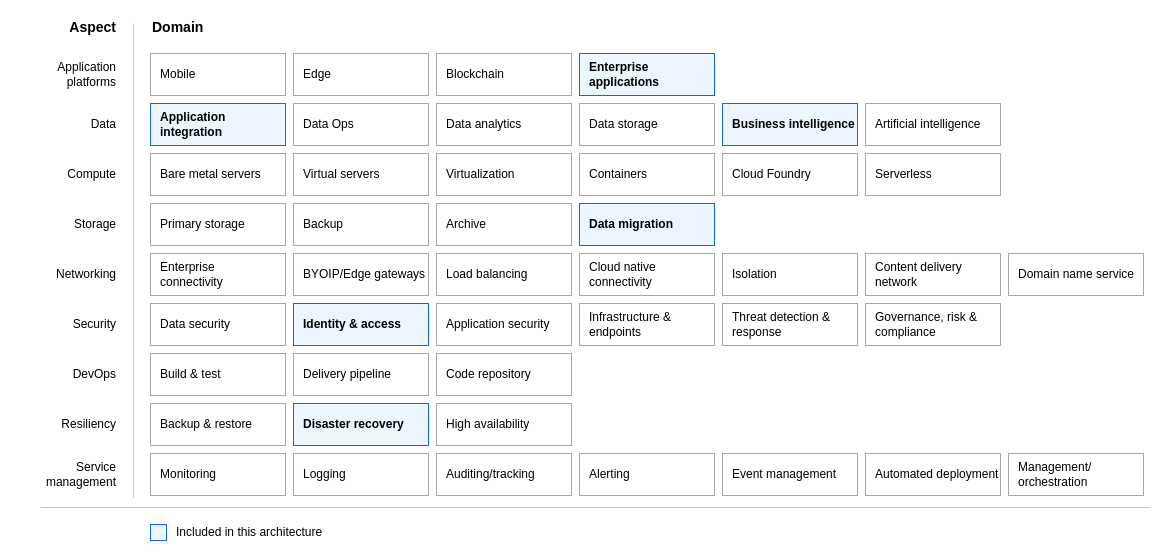
This is reference-architectures/heat-map.drawio from terraform-ibm-modules/terraform-ibm-cloudability-onboarding, a draw.io file, before an edit. Source tidied: cells renumbered, new cells numbered last; positions are measured from the earlier drawing's top-left corner, leaving out a move shared by most shapes. Both pictures are drawn from the tidied source at 100%, with x=0, y=0 at pixel (17, 17).
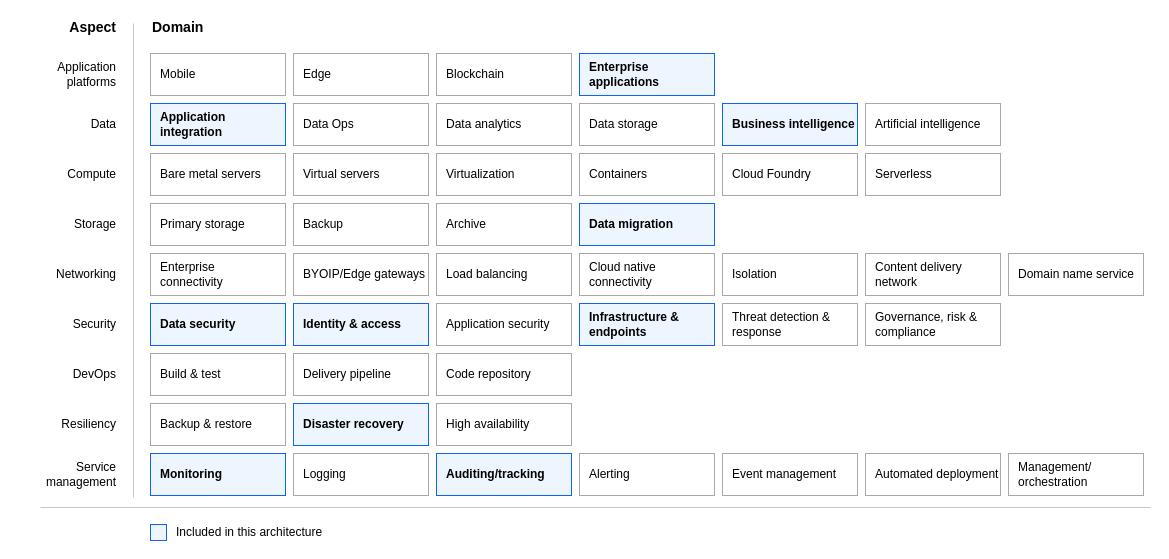
After the change.

The edit, as a diff of the source:
```diff
@@
-    <mxCell id="7" value="Data security" style="rounded=0;whiteSpace=wrap;html=1;strokeColor=#A8A8A8;align=left;spacingLeft=8;fontFamily=IBM Plex Sans;fontStyle=0;fillColor=default;" parent="1" vertex="1">
+    <mxCell id="7" value="Data security" style="rounded=0;whiteSpace=wrap;html=1;strokeColor=#0E62FD;align=left;spacingLeft=8;fontFamily=IBM Plex Sans;fontStyle=1;fillColor=#EDF5FF;" parent="1" vertex="1">
       <mxGeometry x="133" y="286" width="135" height="42" as="geometry" />
     </mxCell>
@@
-    <mxCell id="9" value="Monitoring" style="rounded=0;whiteSpace=wrap;html=1;strokeColor=#A8A8A8;align=left;spacingLeft=8;fontFamily=IBM Plex Sans;" parent="1" vertex="1">
+    <mxCell id="9" value="Monitoring" style="rounded=0;whiteSpace=wrap;html=1;strokeColor=#0E62FD;align=left;spacingLeft=8;fontFamily=IBM Plex Sans;fillColor=#EDF5FF;fontStyle=1;" parent="1" vertex="1">
       <mxGeometry x="133" y="436" width="135" height="42" as="geometry" />
     </mxCell>
@@
-    <mxCell id="33" value="Infrastructure &amp;amp; endpoints" style="rounded=0;whiteSpace=wrap;html=1;strokeColor=#A8A8A8;align=left;spacingLeft=8;fontFamily=IBM Plex Sans;fillColor=default;fontStyle=0;" parent="1" vertex="1">
+    <mxCell id="33" value="Infrastructure &amp;amp; endpoints" style="rounded=0;whiteSpace=wrap;html=1;strokeColor=#0E62FD;align=left;spacingLeft=8;fontFamily=IBM Plex Sans;fillColor=#EDF5FF;fontStyle=1;" parent="1" vertex="1">
       <mxGeometry x="562" y="286" width="135" height="42" as="geometry" />
     </mxCell>
@@
-    <mxCell id="41" value="Auditing/tracking" style="rounded=0;whiteSpace=wrap;html=1;strokeColor=#A8A8A8;align=left;spacingLeft=8;fontFamily=IBM Plex Sans;fillColor=default;fontStyle=0;" parent="1" vertex="1">
+    <mxCell id="41" value="Auditing/tracking" style="rounded=0;whiteSpace=wrap;html=1;strokeColor=#0E62FD;align=left;spacingLeft=8;fontFamily=IBM Plex Sans;fillColor=#EDF5FF;fontStyle=1;" parent="1" vertex="1">
       <mxGeometry x="419" y="436" width="135" height="42" as="geometry" />
     </mxCell>
```
